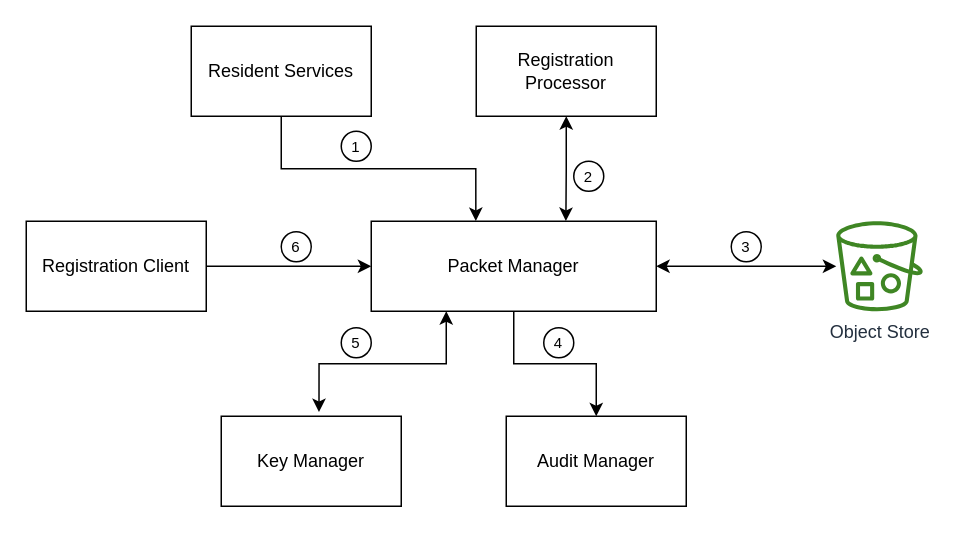
Before: docs/_images/packet-manager.drawio in mosip/documentation, a draw.io diagram. Source tidied: cells renumbered, new cells numbered last; positions are measured from the earlier drawing's top-left corner, leaving out a move shared by most shapes. Both pictures are drawn from the tidied source at 150%, with x=0, y=0 at pixel (26, 26).
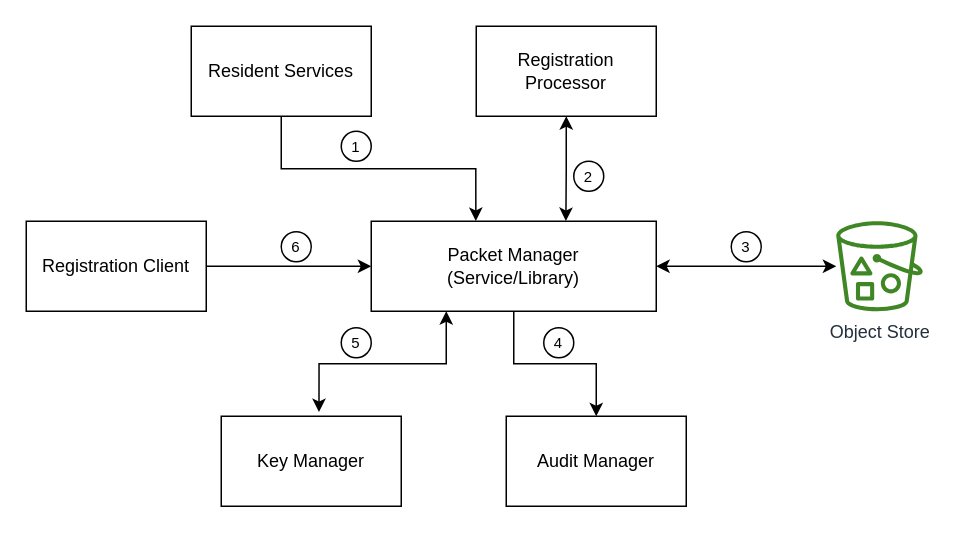
Above is the later version.

Change to the diagram source:
```diff
@@
-    <mxCell id="5" value="Packet Manager" style="rounded=0;whiteSpace=wrap;html=1;" parent="1" vertex="1">
+    <mxCell id="5" value="Packet Manager&lt;br&gt;(Service/Library)" style="rounded=0;whiteSpace=wrap;html=1;" parent="1" vertex="1">
       <mxGeometry x="230" y="130" width="190" height="60" as="geometry" />
     </mxCell>
```
